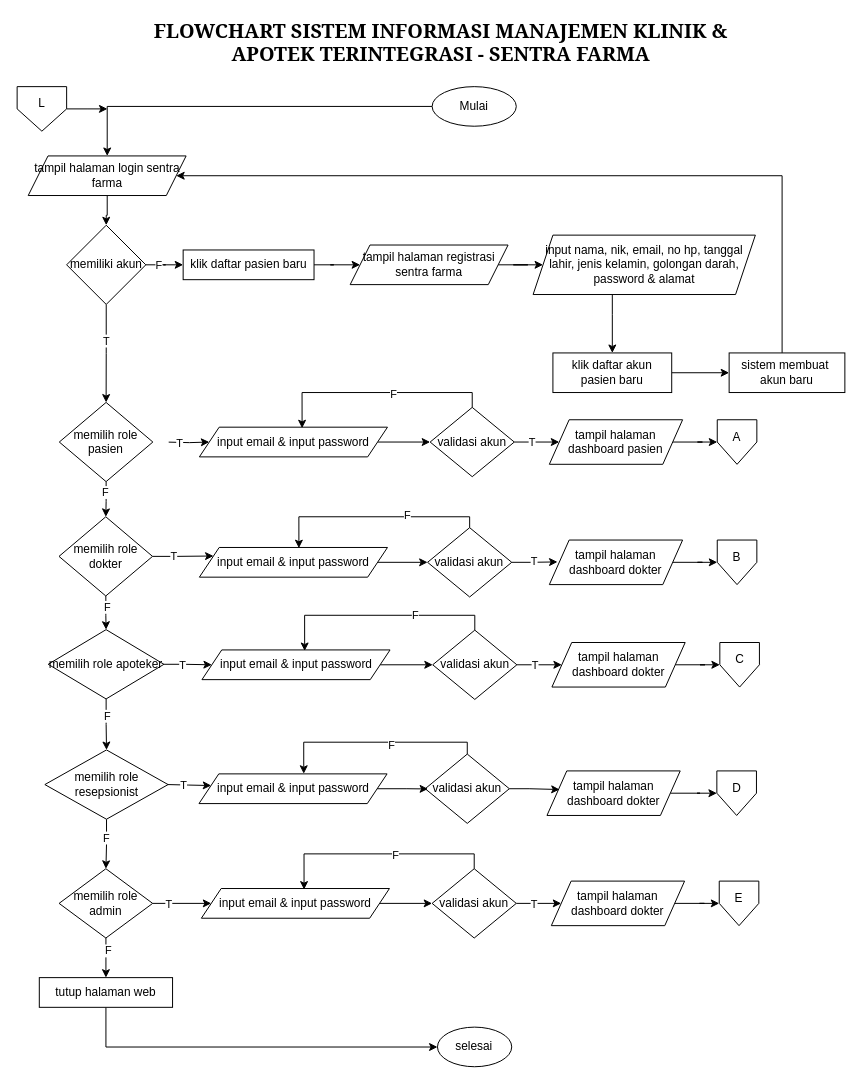
Before: page "Page-1" (1 of 5) of FLOWCHART SENTRA FARMA.drawio in rayshaaaf/PROJECT-SENTRA-FARMA, a draw.io diagram. Source tidied: cells renumbered, new cells numbered last; positions are measured from the earlier drawing's top-left corner, leaving out a move shared by most shapes. Both pictures are drawn from the tidied source at 99%, with x=0, y=0 at pixel (17, 27).
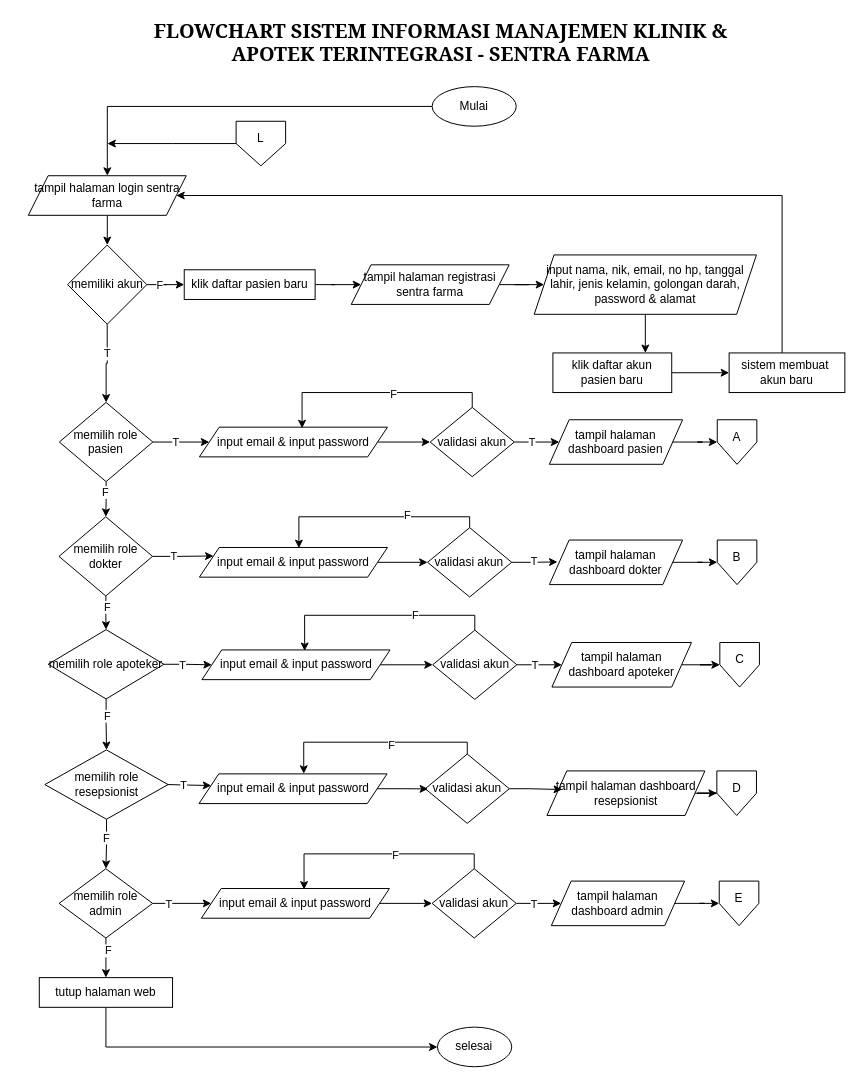
After the change.

Unchanged cells that the change refers to:
```xml
<mxCell id="14" value="memilih role pasien" style="rhombus;whiteSpace=wrap;html=1;shapeInside=1;strokeWidth=1;" parent="1" vertex="1">
  <mxGeometry x="42.4" y="379" width="94.5" height="80" as="geometry" />
</mxCell>
<mxCell id="36" value="input email &amp;amp; input password" style="shape=parallelogram;perimeter=parallelogramPerimeter;whiteSpace=wrap;html=1;shapeInside=1;fixedSize=1;strokeWidth=1;" parent="1" vertex="1">
  <mxGeometry x="183.9" y="404" width="190" height="30" as="geometry" />
</mxCell>
<mxCell id="52" value="sistem membuat&amp;nbsp;&lt;div&gt;akun baru&lt;/div&gt;" style="whiteSpace=wrap;html=1;strokeWidth=1;" parent="1" vertex="1">
  <mxGeometry x="719" y="329" width="116.9" height="40" as="geometry" />
</mxCell>
```

The edit, as a diff of the source:
```diff
@@
     <mxCell id="9" value="memiliki akun" style="rhombus;whiteSpace=wrap;html=1;shapeInside=1;strokeWidth=1;" parent="1" vertex="1">
-      <mxGeometry x="49.8" y="200" width="80" height="80" as="geometry" />
+      <mxGeometry x="50.8" y="220" width="80" height="80" as="geometry" />
     </mxCell>
@@
-    <mxCell id="12" style="edgeStyle=orthogonalEdgeStyle;rounded=0;jettySize=auto;html=1;entryX=0;entryY=0.5;entryDx=0;entryDy=0;" parent="1" edge="1" target="36">
-      <mxGeometry relative="1" as="geometry">
-        <mxPoint x="152.9" y="419.1" as="sourcePoint" />
-      </mxGeometry>
-    </mxCell>
+    <mxCell id="106" style="edgeStyle=orthogonalEdgeStyle;rounded=0;jettySize=auto;html=1;entryX=0;entryY=0.5;entryDx=0;entryDy=0;" parent="1" edge="1" source="14" target="36">
+      <mxGeometry relative="1" as="geometry" />
+    </mxCell>
-    <mxCell id="13" value="T" style="edgeLabel;html=1;align=center;verticalAlign=middle;" parent="12" vertex="1">
-      <mxGeometry x="-0.49" y="-1" relative="1" as="geometry" />
+    <mxCell id="13" value="T" style="edgeLabel;html=1;align=center;verticalAlign=middle;" parent="106" vertex="1">
+      <mxGeometry x="-0.19" y="1" relative="1" as="geometry" />
     </mxCell>
@@
     <mxCell id="38" value="tampil halaman&amp;nbsp;login sentra farma" style="shape=parallelogram;perimeter=parallelogramPerimeter;whiteSpace=wrap;html=1;shapeInside=1;fixedSize=1;strokeWidth=1;" parent="1" vertex="1">
-      <mxGeometry x="11" y="130" width="159.5" height="40" as="geometry" />
+      <mxGeometry x="11.1" y="150" width="159.5" height="40" as="geometry" />
     </mxCell>
@@
     <mxCell id="46" value="klik daftar pasien baru" style="whiteSpace=wrap;html=1;strokeWidth=1;" parent="1" vertex="1">
-      <mxGeometry x="167.5" y="225" width="132.2" height="30" as="geometry" />
+      <mxGeometry x="168.6" y="245" width="132.2" height="30" as="geometry" />
     </mxCell>
@@
     <mxCell id="48" value="input nama, nik, email, no hp, tanggal lahir, jenis kelamin, golongan darah, password &amp;amp; alamat" style="shape=parallelogram;perimeter=parallelogramPerimeter;whiteSpace=wrap;html=1;shapeInside=1;fixedSize=1;strokeWidth=1;" parent="1" vertex="1">
-      <mxGeometry x="521" y="210" width="224.5" height="60" as="geometry" />
+      <mxGeometry x="522.1" y="230" width="224.5" height="60" as="geometry" />
     </mxCell>
@@
-    <mxCell id="51" style="edgeStyle=orthogonalEdgeStyle;rounded=0;jettySize=auto;html=1;entryX=1;entryY=0.5;entryDx=0;entryDy=0;" parent="1" edge="1" source="52" target="38">
+    <mxCell id="51" style="edgeStyle=orthogonalEdgeStyle;rounded=0;jettySize=auto;html=1;" parent="1" edge="1" source="52" target="38">
       <mxGeometry relative="1" as="geometry">
         <Array as="points">
-          <mxPoint x="772.5" y="150" />
+          <mxPoint x="772.5" y="170" />
         </Array>
       </mxGeometry>
     </mxCell>
@@
     <mxCell id="54" value="tampil halaman registrasi sentra farma" style="shape=parallelogram;perimeter=parallelogramPerimeter;whiteSpace=wrap;html=1;shapeInside=1;fixedSize=1;strokeWidth=1;" parent="1" vertex="1">
-      <mxGeometry x="336.2" y="220" width="159.5" height="40" as="geometry" />
+      <mxGeometry x="337.3" y="240" width="159.5" height="40" as="geometry" />
     </mxCell>
@@
-    <mxCell id="74" value="tampil halaman dashboard dokter" style="shape=parallelogram;perimeter=parallelogramPerimeter;whiteSpace=wrap;html=1;shapeInside=1;fixedSize=1;strokeWidth=1;" parent="1" vertex="1">
-      <mxGeometry x="540" y="621.5" width="134.6" height="45" as="geometry" />
+    <mxCell id="74" value="tampil halaman dashboard apoteker" style="shape=parallelogram;perimeter=parallelogramPerimeter;whiteSpace=wrap;html=1;shapeInside=1;fixedSize=1;strokeWidth=1;" parent="1" vertex="1">
+      <mxGeometry x="540" y="621.5" width="141" height="45" as="geometry" />
     </mxCell>
@@
-    <mxCell id="82" value="tampil halaman dashboard dokter" style="shape=parallelogram;perimeter=parallelogramPerimeter;whiteSpace=wrap;html=1;shapeInside=1;fixedSize=1;strokeWidth=1;" parent="1" vertex="1">
-      <mxGeometry x="535" y="751.2" width="134.6" height="45" as="geometry" />
+    <mxCell id="82" value="tampil halaman dashboard resepsionist" style="shape=parallelogram;perimeter=parallelogramPerimeter;whiteSpace=wrap;html=1;shapeInside=1;fixedSize=1;strokeWidth=1;" parent="1" vertex="1">
+      <mxGeometry x="535" y="751.2" width="159.5" height="45" as="geometry" />
     </mxCell>
@@
-    <mxCell id="91" value="tampil halaman dashboard dokter" style="shape=parallelogram;perimeter=parallelogramPerimeter;whiteSpace=wrap;html=1;shapeInside=1;fixedSize=1;strokeWidth=1;" parent="1" vertex="1">
+    <mxCell id="91" value="tampil halaman dashboard admin" style="shape=parallelogram;perimeter=parallelogramPerimeter;whiteSpace=wrap;html=1;shapeInside=1;fixedSize=1;strokeWidth=1;" parent="1" vertex="1">
       <mxGeometry x="539.4" y="862.5" width="134.6" height="45" as="geometry" />
     </mxCell>
@@
-    <mxCell id="103" style="edgeStyle=orthogonalEdgeStyle;rounded=0;jettySize=auto;html=1;" parent="1" edge="1" source="104">
-      <mxGeometry relative="1" as="geometry">
-        <mxPoint x="91" y="82.5" as="targetPoint" />
-      </mxGeometry>
-    </mxCell>
+    <mxCell id="107" style="edgeStyle=orthogonalEdgeStyle;rounded=0;jettySize=auto;html=1;" parent="1" edge="1" source="104">
+      <mxGeometry relative="1" as="geometry">
+        <mxPoint x="91" y="117.5" as="targetPoint" />
+      </mxGeometry>
+    </mxCell>
     <mxCell id="104" style="verticalLabelPosition=bottom;verticalAlign=top;html=1;shape=offPageConnector;rounded=0;size=0.5;" parent="1" vertex="1">
-      <mxGeometry x="-0.2" y="60" width="50" height="45" as="geometry" />
+      <mxGeometry x="221" y="95" width="50" height="45" as="geometry" />
     </mxCell>
     <mxCell id="105" value="L" style="text;html=1;whiteSpace=wrap;strokeColor=none;fillColor=none;align=center;verticalAlign=middle;rounded=0;" parent="1" vertex="1">
-      <mxGeometry x="-0.2" y="66.8" width="50" height="20" as="geometry" />
+      <mxGeometry x="221" y="101.8" width="50" height="20" as="geometry" />
     </mxCell>
```
